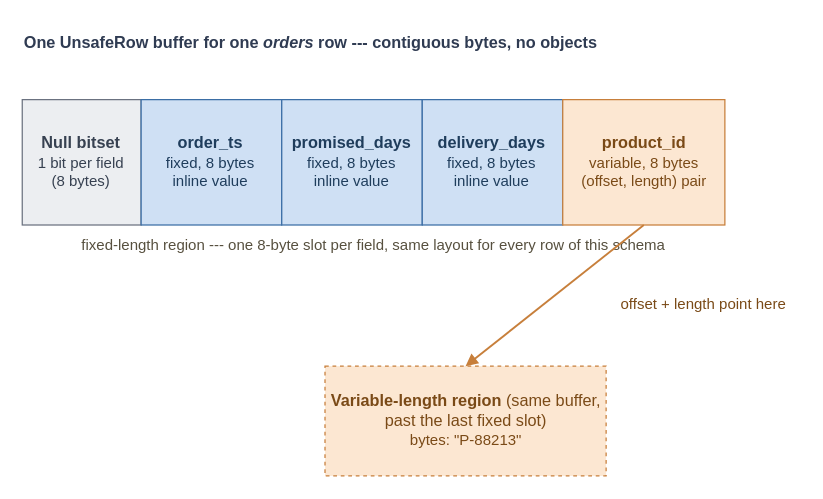
The draw.io diagram book/figures/unsaferow-layout.drawio in AlanPhan04/spark-101-to-pro, before the edit. Source tidied: cells renumbered, new cells numbered last; positions are measured from the earlier drawing's top-left corner, leaving out a move shared by most shapes. Both pictures are drawn from the tidied source at 125%, with x=0, y=0 at pixel (21, 20).
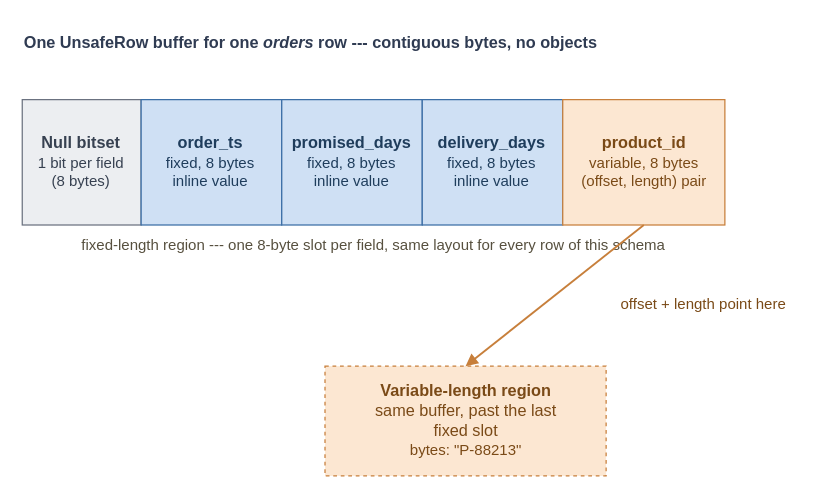
The same page after the edit.

Change to the diagram source:
```diff
@@
 <mxGraphModel>
   <root>
     <mxCell id="0" />
     <mxCell id="1" parent="0" />
     <mxCell id="2" value="&lt;b&gt;One UnsafeRow buffer for one &lt;i&gt;orders&lt;/i&gt; row --- contiguous bytes, no objects&lt;/b&gt;" style="text;html=1;align=left;verticalAlign=middle;fontSize=13;fontColor=#2f3b52;" parent="1" vertex="1">
       <mxGeometry x="0.3" y="0.5" width="605.4" height="32.6" as="geometry" />
     </mxCell>
     <mxCell id="3" value="&lt;b&gt;Null bitset&lt;/b&gt;&lt;br&gt;&lt;span style=&quot;font-size:12px&quot;&gt;1 bit per field&lt;br&gt;(8 bytes)&lt;/span&gt;" style="rounded=0;whiteSpace=wrap;html=1;fillColor=#eceef1;strokeColor=#6b7280;fontSize=13;fontColor=#374151;" parent="1" vertex="1">
       <mxGeometry x="0.3" y="63.2" width="95.1" height="100.3" as="geometry" />
     </mxCell>
     <mxCell id="4" value="&lt;b&gt;order_ts&lt;/b&gt;&lt;br&gt;&lt;span style=&quot;font-size:12px&quot;&gt;fixed, 8 bytes&lt;br&gt;inline value&lt;/span&gt;" style="rounded=0;whiteSpace=wrap;html=1;fillColor=#cfe0f4;strokeColor=#3b6ea5;fontSize=13;fontColor=#1f3d5c;" parent="1" vertex="1">
       <mxGeometry x="95.4" y="63.2" width="112.4" height="100.3" as="geometry" />
     </mxCell>
     <mxCell id="5" value="&lt;b&gt;promised_days&lt;/b&gt;&lt;br&gt;&lt;span style=&quot;font-size:12px&quot;&gt;fixed, 8 bytes&lt;br&gt;inline value&lt;/span&gt;" style="rounded=0;whiteSpace=wrap;html=1;fillColor=#cfe0f4;strokeColor=#3b6ea5;fontSize=13;fontColor=#1f3d5c;" parent="1" vertex="1">
       <mxGeometry x="207.9" y="63.2" width="112.4" height="100.3" as="geometry" />
     </mxCell>
     <mxCell id="6" value="&lt;b&gt;delivery_days&lt;/b&gt;&lt;br&gt;&lt;span style=&quot;font-size:12px&quot;&gt;fixed, 8 bytes&lt;br&gt;inline value&lt;/span&gt;" style="rounded=0;whiteSpace=wrap;html=1;fillColor=#cfe0f4;strokeColor=#3b6ea5;fontSize=13;fontColor=#1f3d5c;" parent="1" vertex="1">
       <mxGeometry x="320.3" y="63.2" width="112.4" height="100.3" as="geometry" />
     </mxCell>
     <mxCell id="7" value="&lt;b&gt;product_id&lt;/b&gt;&lt;br&gt;&lt;span style=&quot;font-size:12px&quot;&gt;variable, 8 bytes&lt;br&gt;(offset, length) pair&lt;/span&gt;" style="rounded=0;whiteSpace=wrap;html=1;fillColor=#fce7d2;strokeColor=#c77f3b;fontSize=13;fontColor=#7a4a17;" parent="1" vertex="1">
       <mxGeometry x="432.7" y="63.2" width="129.7" height="100.3" as="geometry" />
     </mxCell>
     <mxCell id="8" value="&lt;span style=&quot;font-size:12px&quot;&gt;fixed-length region --- one 8-byte slot per field, same layout for every row of this schema&lt;/span&gt;" style="text;html=1;align=center;verticalAlign=middle;fontSize=13;fontColor=#57503f;" parent="1" vertex="1">
       <mxGeometry x="0.3" y="166.1" width="562.2" height="25.1" as="geometry" />
     </mxCell>
-    <mxCell id="9" value="&lt;b&gt;Variable-length region&lt;/b&gt; (same buffer, past the last fixed slot)&lt;br&gt;&lt;span style=&quot;font-size:12px&quot;&gt;bytes: &amp;quot;P-88213&amp;quot;&lt;/span&gt;" style="rounded=0;whiteSpace=wrap;html=1;fillColor=#fce7d2;strokeColor=#c77f3b;dashed=1;fontSize=13;fontColor=#7a4a17;" parent="1" vertex="1">
+    <mxCell id="9" value="&lt;b&gt;Variable-length region&lt;/b&gt;&lt;br&gt;same buffer, past the last&lt;br&gt;fixed slot&lt;br&gt;&lt;span style=&quot;font-size:12px&quot;&gt;bytes: &amp;quot;P-88213&amp;quot;&lt;/span&gt;" style="rounded=0;whiteSpace=wrap;html=1;fillColor=#fce7d2;strokeColor=#c77f3b;dashed=1;fontSize=13;fontColor=#7a4a17;" parent="1" vertex="1">
       <mxGeometry x="242.5" y="276.4" width="224.9" height="87.8" as="geometry" />
     </mxCell>
     <mxCell id="10" style="edges=1;html=1;endArrow=block;elbow=vertical;rounded=0;strokeColor=#c77f3b;strokeWidth=1.5;exitX=0.5;exitY=1;entryX=0.5;entryY=0;" parent="1" edge="1" source="7" target="9">
       <mxGeometry relative="1" as="geometry" />
     </mxCell>
     <mxCell id="11" value="&lt;span style=&quot;font-size:12px&quot;&gt;offset + length point here&lt;/span&gt;" style="text;html=1;align=center;verticalAlign=middle;fontSize=13;fontColor=#7a4a17;" parent="1" vertex="1">
       <mxGeometry x="467.3" y="207.5" width="155.7" height="37.6" as="geometry" />
     </mxCell>
   </root>
 </mxGraphModel>
```
